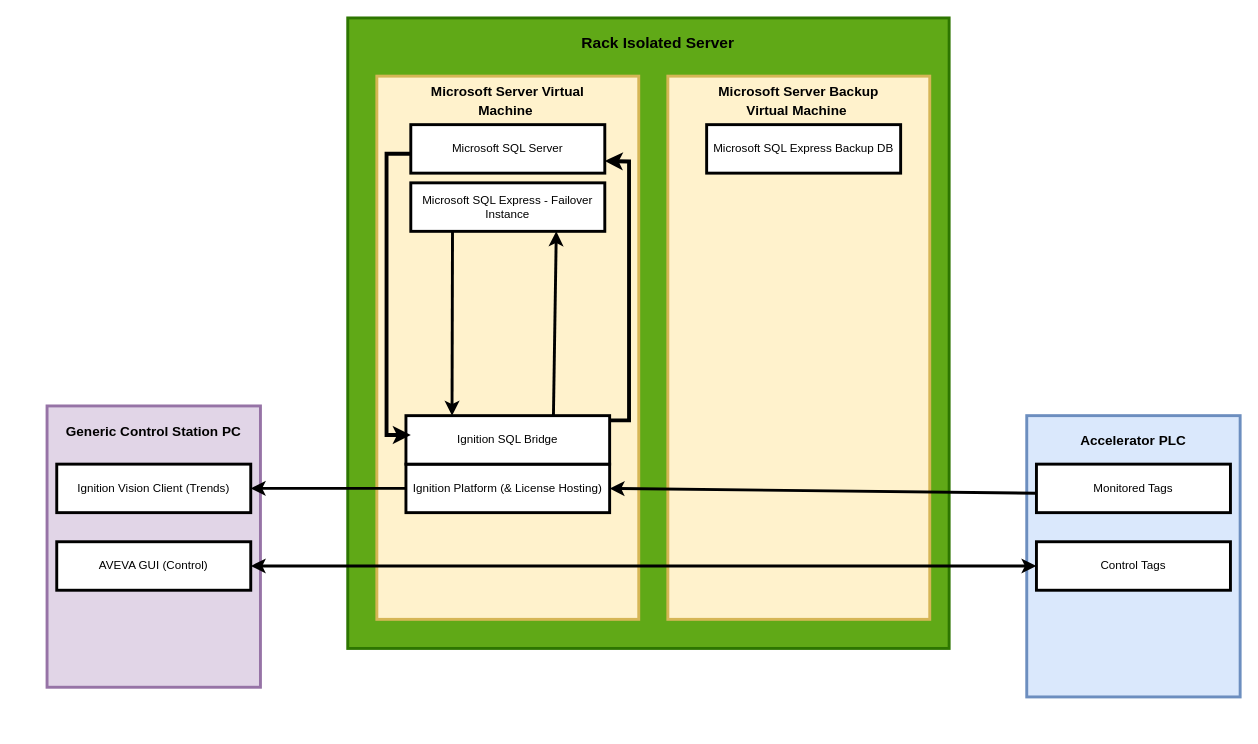
Above: Untitled Diagram.drawio in houleyemballo/Work (draw.io), before the change. Source tidied: cells renumbered, new cells numbered last; positions are measured from the earlier drawing's top-left corner, leaving out a move shared by most shapes. Both pictures are drawn from the tidied source at 97%, with x=0, y=0 at pixel (47, 17).
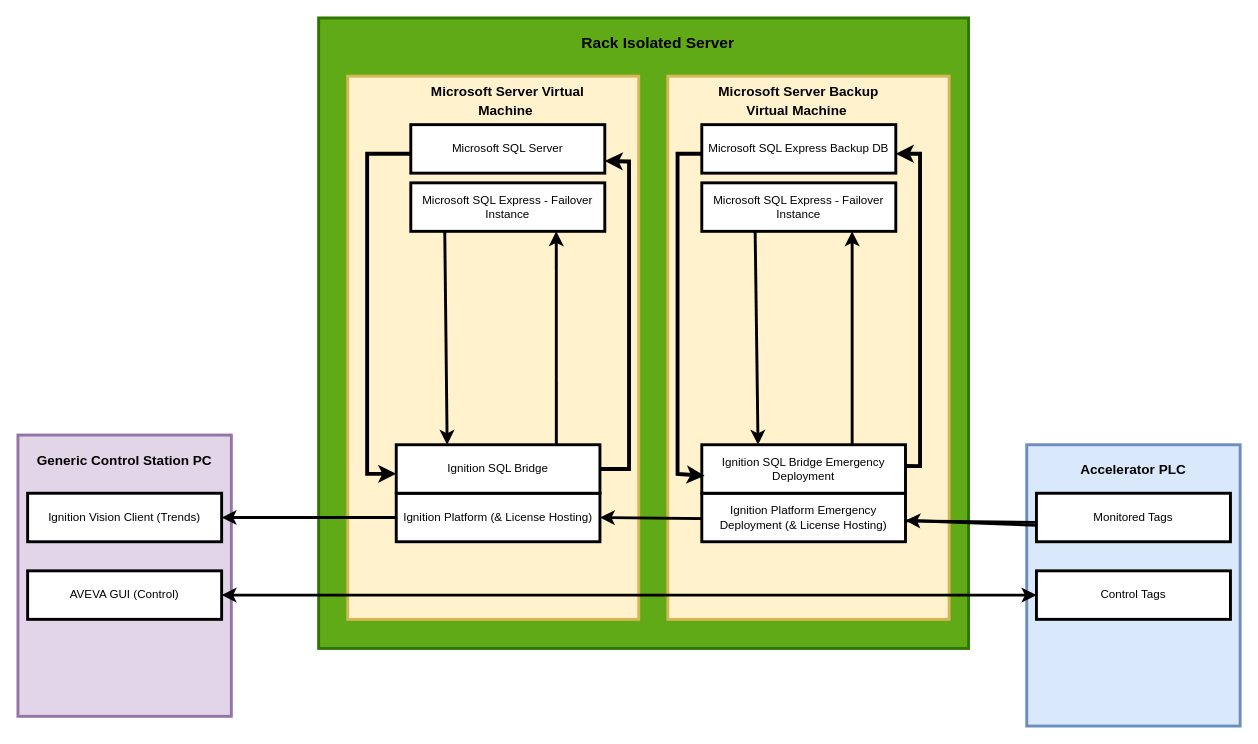
Above is the later version.

The change refers to these unchanged cells:
```xml
<mxCell id="5" value="Microsoft SQL Server" style="rounded=0;whiteSpace=wrap;html=1;strokeWidth=3;" parent="1" vertex="1">
  <mxGeometry x="375" y="110" width="200" height="50" as="geometry" />
</mxCell>
<mxCell id="8" value="Microsoft SQL Express - Failover Instance" style="rounded=0;whiteSpace=wrap;html=1;strokeWidth=3;" parent="1" vertex="1">
  <mxGeometry x="375" y="170" width="200" height="50" as="geometry" />
</mxCell>
```

What changed in the source:
```diff
@@
     <mxCell id="2" style="rounded=0;whiteSpace=wrap;html=1;fillColor=#60a917;fontColor=#ffffff;strokeColor=#2D7600;strokeWidth=3;" parent="1" vertex="1">
-      <mxGeometry x="310" width="620" height="650" as="geometry" />
+      <mxGeometry x="280" width="670" height="650" as="geometry" />
     </mxCell>
     <mxCell id="3" value="&lt;table&gt;&lt;tbody&gt;&lt;tr&gt;&lt;td&gt;&lt;br&gt;&lt;/td&gt;&lt;td&gt;&lt;br&gt;&lt;/td&gt;&lt;td&gt;&lt;br&gt;&lt;/td&gt;&lt;td&gt;&lt;br&gt;&lt;/td&gt;&lt;td&gt;&lt;br&gt;&lt;/td&gt;&lt;td&gt;&lt;br&gt;&lt;/td&gt;&lt;td&gt;&lt;br&gt;&lt;/td&gt;&lt;/tr&gt;&lt;/tbody&gt;&lt;/table&gt;" style="rounded=0;whiteSpace=wrap;html=1;fillColor=#fff2cc;strokeColor=#d6b656;strokeWidth=3;" parent="1" vertex="1">
-      <mxGeometry x="340" y="60" width="270" height="560" as="geometry" />
+      <mxGeometry x="310" y="60" width="300" height="560" as="geometry" />
     </mxCell>
     <mxCell id="4" style="rounded=0;whiteSpace=wrap;html=1;fillColor=#fff2cc;strokeColor=#d6b656;strokeWidth=3;" parent="1" vertex="1">
-      <mxGeometry x="640" y="60" width="270" height="560" as="geometry" />
+      <mxGeometry x="640" y="60" width="290" height="560" as="geometry" />
     </mxCell>
@@
     <mxCell id="6" value="Ignition Platform (&amp;amp; License Hosting)" style="rounded=0;whiteSpace=wrap;html=1;strokeWidth=3;" parent="1" vertex="1">
-      <mxGeometry x="370" y="460" width="210" height="50" as="geometry" />
+      <mxGeometry x="360" y="490" width="210" height="50" as="geometry" />
     </mxCell>
     <mxCell id="7" value="Ignition SQL Bridge" style="rounded=0;whiteSpace=wrap;html=1;strokeWidth=3;" parent="1" vertex="1">
-      <mxGeometry x="370" y="410" width="210" height="50" as="geometry" />
+      <mxGeometry x="360" y="440" width="210" height="50" as="geometry" />
     </mxCell>
@@
     <mxCell id="12" value="Microsoft SQL Express Backup DB" style="rounded=0;whiteSpace=wrap;html=1;strokeWidth=3;" parent="1" vertex="1">
-      <mxGeometry x="680" y="110" width="200" height="50" as="geometry" />
+      <mxGeometry x="675" y="110" width="200" height="50" as="geometry" />
     </mxCell>
-    <mxCell id="13" style="endArrow=classic;html=1;rounded=0;strokeWidth=4;exitX=1;exitY=0.5;exitDx=0;exitDy=0;entryX=1;entryY=0.75;entryDx=0;entryDy=0;" parent="1" edge="1" target="5">
+    <mxCell id="13" style="endArrow=classic;html=1;rounded=0;strokeWidth=4;entryX=1;entryY=0.75;entryDx=0;entryDy=0;exitX=1;exitY=0.5;exitDx=0;exitDy=0;" parent="1" edge="1" source="7" target="5">
       <mxGeometry relative="1" as="geometry">
-        <mxPoint x="580" y="414.9" as="sourcePoint" />
         <Array as="points">
-          <mxPoint x="600" y="414.9" />
+          <mxPoint x="600" y="465" />
           <mxPoint x="600" y="148" />
         </Array>
       </mxGeometry>
     </mxCell>
     <mxCell id="14" style="endArrow=classic;html=1;rounded=0;strokeWidth=4;" parent="1" edge="1">
       <mxGeometry relative="1" as="geometry">
         <mxPoint x="375" y="140" as="sourcePoint" />
-        <mxPoint x="375" y="430" as="targetPoint" />
+        <mxPoint x="360" y="470" as="targetPoint" />
         <Array as="points">
-          <mxPoint x="350" y="140" />
-          <mxPoint x="350" y="430" />
+          <mxPoint x="330" y="140" />
+          <mxPoint x="330" y="470" />
         </Array>
       </mxGeometry>
     </mxCell>
-    <mxCell id="15" style="endArrow=classic;html=1;rounded=0;entryX=0.75;entryY=1;entryDx=0;entryDy=0;strokeWidth=3;exitX=0.724;exitY=0.02;exitDx=0;exitDy=0;exitPerimeter=0;" parent="1" edge="1" source="7" target="8">
+    <mxCell id="15" style="endArrow=classic;html=1;rounded=0;entryX=0.75;entryY=1;entryDx=0;entryDy=0;strokeWidth=3;exitX=0.786;exitY=0;exitDx=0;exitDy=0;exitPerimeter=0;" parent="1" edge="1" source="7" target="8">
       <mxGeometry relative="1" as="geometry" />
     </mxCell>
-    <mxCell id="16" style="endArrow=classic;html=1;rounded=0;strokeWidth=3;entryX=0.25;entryY=0;entryDx=0;entryDy=0;" parent="1" edge="1">
+    <mxCell id="16" style="endArrow=classic;html=1;rounded=0;strokeWidth=3;entryX=0.25;entryY=0;entryDx=0;entryDy=0;" parent="1" edge="1" target="7">
       <mxGeometry relative="1" as="geometry">
-        <mxPoint x="418" y="220" as="sourcePoint" />
-        <mxPoint x="417.5" y="410" as="targetPoint" />
+        <mxPoint x="410" y="220" as="sourcePoint" />
       </mxGeometry>
     </mxCell>
     <mxCell id="17" style="group;" parent="1" vertex="1">
-      <mxGeometry y="400" width="220" height="290" as="geometry" />
+      <mxGeometry x="-30" y="430" width="220" height="290" as="geometry" />
     </mxCell>
@@
     <mxCell id="22" style="group;" parent="1" vertex="1">
-      <mxGeometry x="1010" y="410" width="220" height="290" as="geometry" />
+      <mxGeometry x="1010" y="440" width="220" height="290" as="geometry" />
     </mxCell>
@@
+    <mxCell id="30" value="Ignition Platform Emergency Deployment (&amp;amp; License Hosting)" style="rounded=0;whiteSpace=wrap;html=1;strokeWidth=3;" parent="1" vertex="1">
+      <mxGeometry x="675" y="490" width="210" height="50" as="geometry" />
+    </mxCell>
+    <mxCell id="31" value="Ignition SQL Bridge Emergency Deployment" style="rounded=0;whiteSpace=wrap;html=1;strokeWidth=3;" parent="1" vertex="1">
+      <mxGeometry x="675" y="440" width="210" height="50" as="geometry" />
+    </mxCell>
+    <mxCell id="32" style="endArrow=classic;html=1;rounded=0;strokeWidth=4;exitX=1;exitY=0.5;exitDx=0;exitDy=0;entryX=1;entryY=0.75;entryDx=0;entryDy=0;" parent="1" edge="1">
+      <mxGeometry relative="1" as="geometry">
+        <mxPoint x="885" y="461.9" as="sourcePoint" />
+        <mxPoint x="875" y="140" as="targetPoint" />
+        <Array as="points">
+          <mxPoint x="900" y="462" />
+          <mxPoint x="900" y="140" />
+        </Array>
+      </mxGeometry>
+    </mxCell>
+    <mxCell id="33" style="endArrow=classic;html=1;rounded=0;strokeWidth=3;entryX=1;entryY=0.5;entryDx=0;entryDy=0;" parent="1" edge="1">
+      <mxGeometry relative="1" as="geometry">
+        <mxPoint x="1020" y="523" as="sourcePoint" />
+        <mxPoint x="885" y="518" as="targetPoint" />
+      </mxGeometry>
+    </mxCell>
+    <mxCell id="34" style="endArrow=classic;html=1;rounded=0;strokeWidth=4;entryX=0.014;entryY=0.64;entryDx=0;entryDy=0;entryPerimeter=0;" parent="1" edge="1" target="31">
+      <mxGeometry relative="1" as="geometry">
+        <mxPoint x="675" y="140" as="sourcePoint" />
+        <Array as="points">
+          <mxPoint x="650" y="140" />
+          <mxPoint x="650" y="470" />
+        </Array>
+      </mxGeometry>
+    </mxCell>
+    <mxCell id="35" value="Microsoft SQL Express - Failover Instance" style="rounded=0;whiteSpace=wrap;html=1;strokeWidth=3;" parent="1" vertex="1">
+      <mxGeometry x="675" y="170" width="200" height="50" as="geometry" />
+    </mxCell>
+    <mxCell id="36" style="endArrow=classic;html=1;rounded=0;strokeWidth=3;entryX=0.25;entryY=0;entryDx=0;entryDy=0;" parent="1" edge="1">
+      <mxGeometry relative="1" as="geometry">
+        <mxPoint x="730" y="220" as="sourcePoint" />
+        <mxPoint x="733" y="440" as="targetPoint" />
+      </mxGeometry>
+    </mxCell>
+    <mxCell id="37" style="endArrow=classic;html=1;rounded=0;entryX=0.75;entryY=1;entryDx=0;entryDy=0;strokeWidth=3;exitX=0.786;exitY=0;exitDx=0;exitDy=0;exitPerimeter=0;" parent="1" edge="1">
+      <mxGeometry relative="1" as="geometry">
+        <mxPoint x="830" y="440" as="sourcePoint" />
+        <mxPoint x="830" y="220" as="targetPoint" />
+      </mxGeometry>
+    </mxCell>
```
